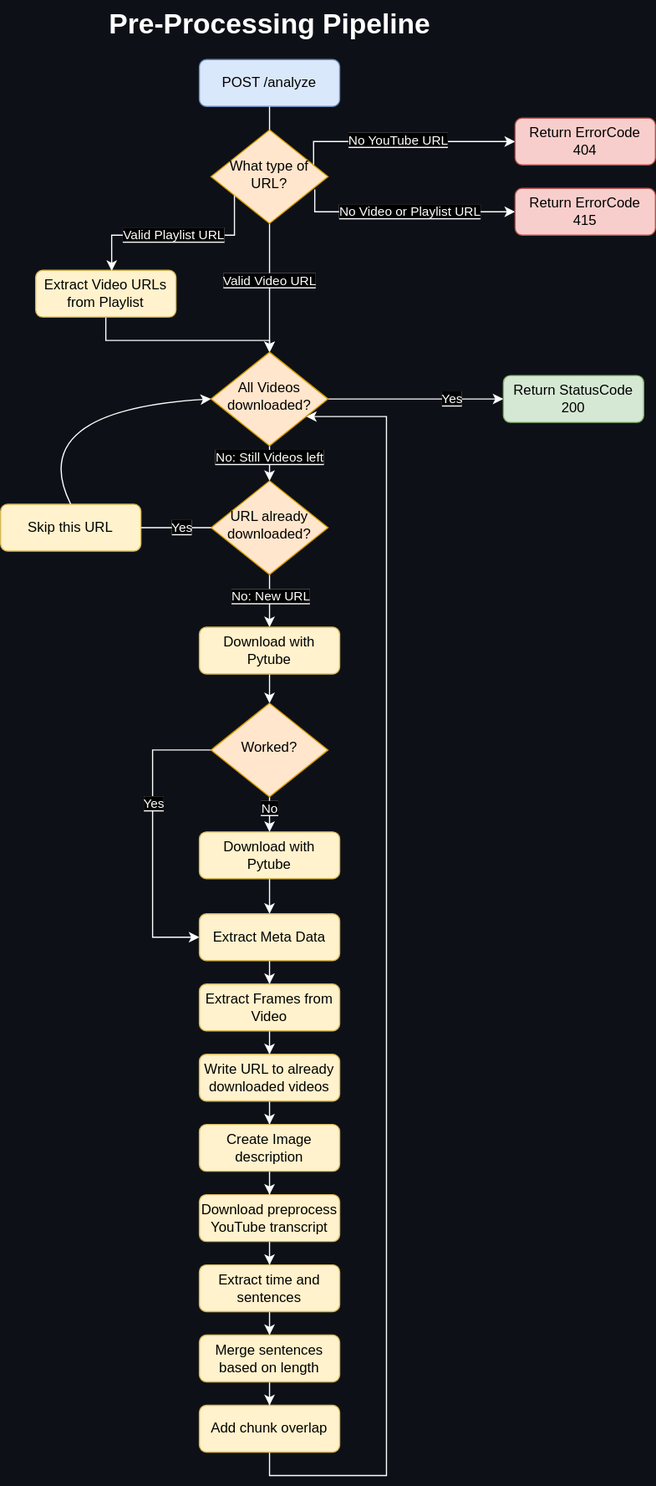
Above: media/images/pre-processing-pipeline-dark.svg in dneumnn/AcademicChatBot (draw.io), before the change. Source tidied: cells renumbered, new cells last; positions are measured from the earlier drawing's top-left corner, leaving out a move shared by most shapes.
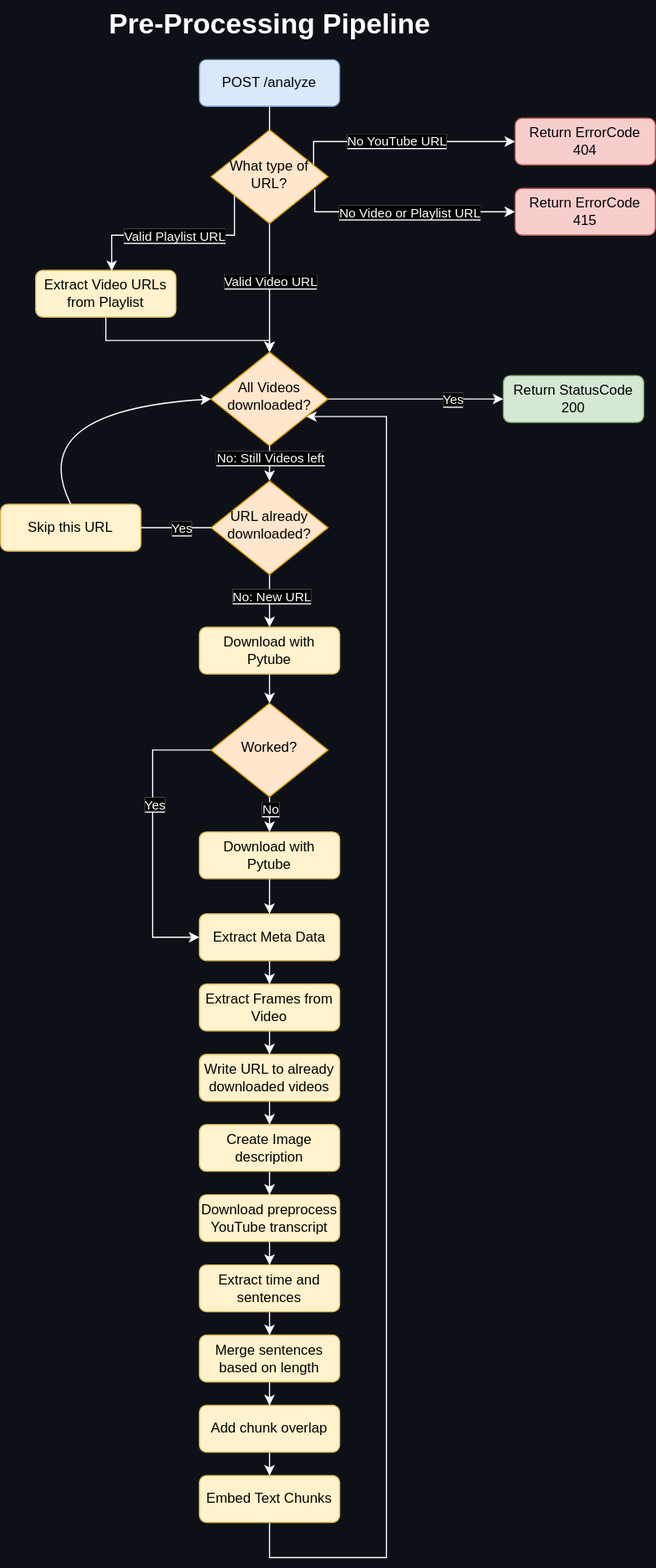
Above is the later version.

Commit message:
Update media images for embedding step for pre-processing pipeline

Diff of the diagram source:
```diff
@@ -68,15 +68,18 @@
     <mxCell id="17" value="URL already downloaded?" style="rhombus;whiteSpace=wrap;html=1;shadow=0;fontFamily=Helvetica;fontSize=12;align=center;strokeWidth=1;spacing=6;spacingTop=-4;fillColor=#ffe6cc;strokeColor=#d79b00;" parent="1" vertex="1">
       <mxGeometry x="180" y="410" width="100" height="80" as="geometry" />
     </mxCell>
-    <mxCell id="18" style="edgeStyle=orthogonalEdgeStyle;rounded=0;jettySize=auto;html=1;exitX=0.5;exitY=1;exitDx=0;exitDy=0;strokeColor=#FFFFFF;" parent="1" edge="1" source="19" target="28">
+    <mxCell id="18" style="edgeStyle=orthogonalEdgeStyle;rounded=0;jettySize=auto;html=1;exitX=0.5;exitY=1;exitDx=0;exitDy=0;strokeColor=#FFFFFF;" parent="1" edge="1" source="57" target="28">
       <mxGeometry relative="1" as="geometry">
         <Array as="points">
-          <mxPoint x="230" y="1260" />
-          <mxPoint x="330" y="1260" />
+          <mxPoint x="230" y="1330" />
+          <mxPoint x="330" y="1330" />
           <mxPoint x="330" y="355" />
         </Array>
       </mxGeometry>
     </mxCell>
+    <mxCell id="56" style="edgeStyle=orthogonalEdgeStyle;rounded=0;jettySize=auto;html=1;strokeColor=light-dark(#ffffff, #ededed);" parent="1" edge="1" source="19" target="57">
+      <mxGeometry relative="1" as="geometry" />
+    </mxCell>
     <mxCell id="19" value="Add chunk overlap" style="rounded=1;whiteSpace=wrap;html=1;fontSize=12;glass=0;strokeWidth=1;shadow=0;fillColor=#fff2cc;strokeColor=#d6b656;" parent="1" vertex="1">
       <mxGeometry x="170" y="1200" width="120" height="40" as="geometry" />
     </mxCell>
@@ -210,5 +213,8 @@
     <mxCell id="55" value="Create Image description" style="rounded=1;whiteSpace=wrap;html=1;fontSize=12;glass=0;strokeWidth=1;shadow=0;fillColor=#fff2cc;strokeColor=#d6b656;" parent="1" vertex="1">
       <mxGeometry x="170" y="960" width="120" height="40" as="geometry" />
     </mxCell>
+    <mxCell id="57" value="Embed Text Chunks" style="rounded=1;whiteSpace=wrap;html=1;fontSize=12;glass=0;strokeWidth=1;shadow=0;fillColor=#fff2cc;strokeColor=#d6b656;" parent="1" vertex="1">
+      <mxGeometry x="170" y="1260" width="120" height="40" as="geometry" />
+    </mxCell>
   </root>
 </mxGraphModel>
```
